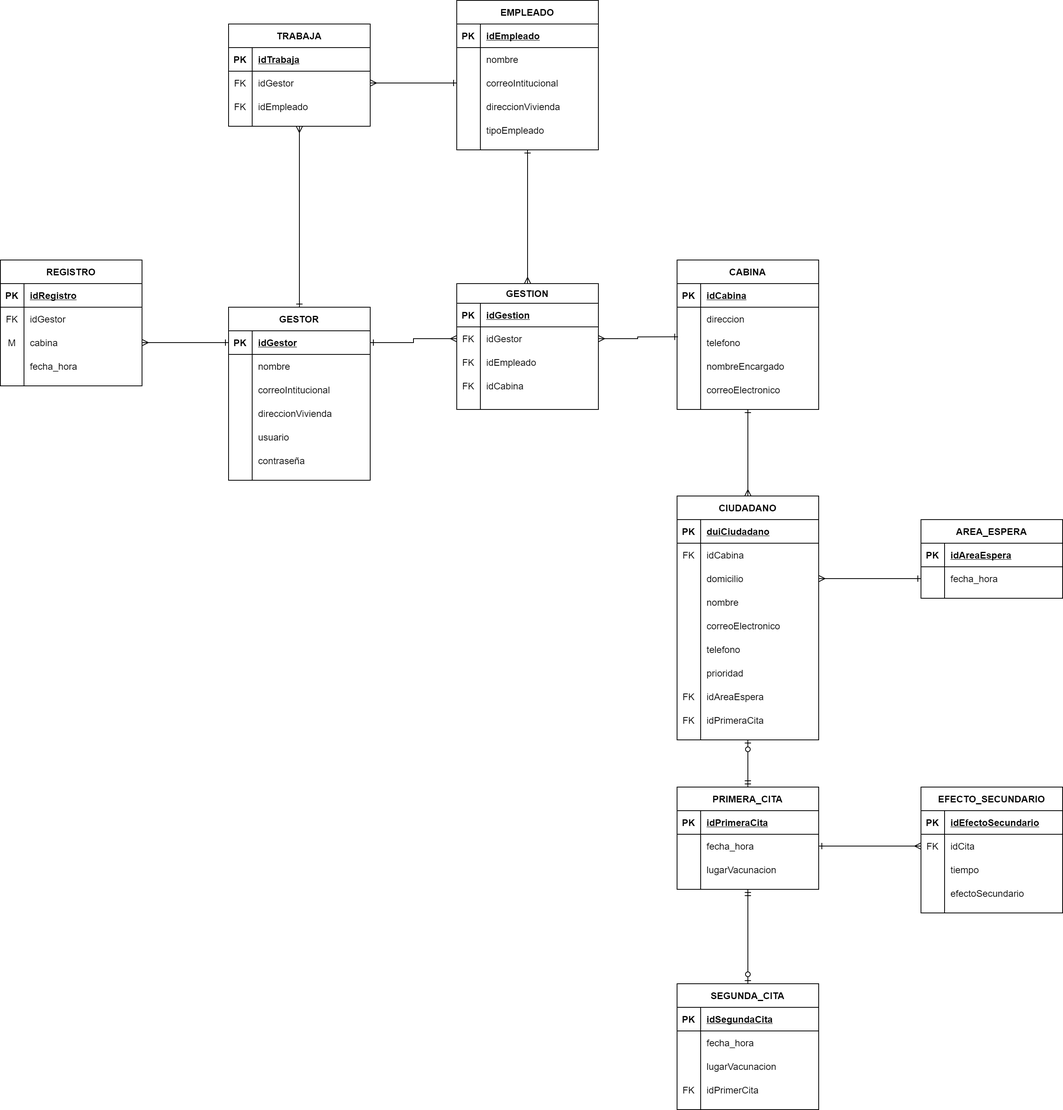
UCASV/proyecto-final-grupo-39 keeps this draw.io diagram as Data base/Diagrama R.png. Above is the earlier version. Source tidied: cells renumbered, new cells last; positions are measured from the earlier drawing's top-left corner, leaving out a move shared by most shapes.
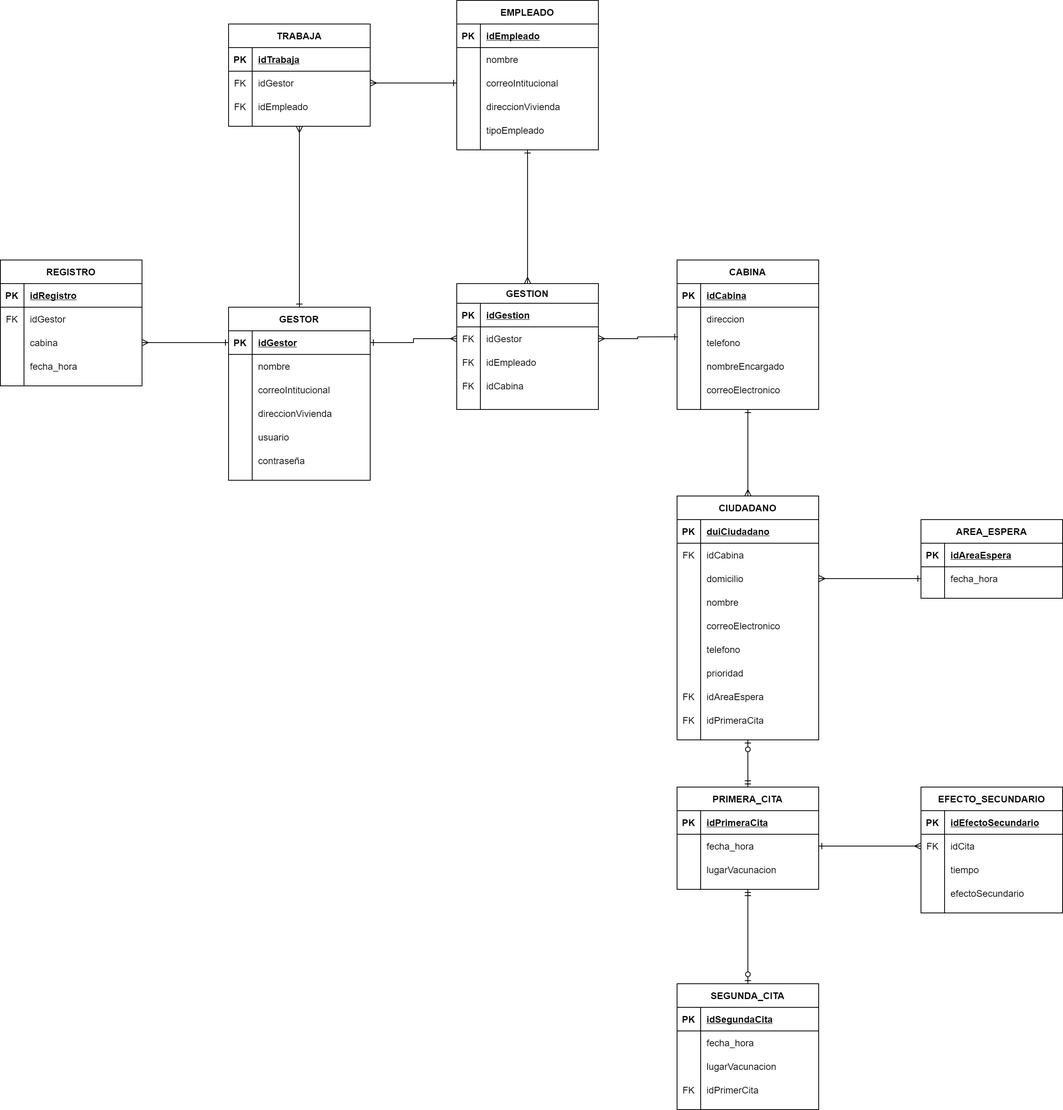
After the change.

Commit message:
Fixing type of entity 2.0

Diff of the diagram source:
```diff
@@ -26,7 +26,7 @@
     <mxCell id="9" style="shape=partialRectangle;fillColor=none;top=0;left=0;bottom=0;right=0;points=[[0,0.5],[1,0.5]];portConstraint=eastwest;" parent="2" vertex="1">
       <mxGeometry y="90" width="180" height="30" as="geometry" />
     </mxCell>
-    <mxCell id="10" value="M" style="shape=partialRectangle;fillColor=none;top=0;left=0;bottom=0;right=0;overflow=hidden;" parent="9" vertex="1">
+    <mxCell id="10" style="shape=partialRectangle;fillColor=none;top=0;left=0;bottom=0;right=0;overflow=hidden;" parent="9" vertex="1">
       <mxGeometry width="30" height="30" as="geometry" />
     </mxCell>
     <mxCell id="11" value="cabina" style="shape=partialRectangle;fillColor=none;top=0;left=0;bottom=0;right=0;align=left;spacingLeft=6;overflow=hidden;" parent="9" vertex="1">
```
